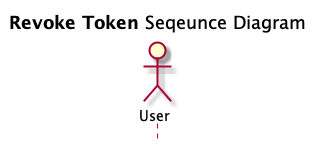
Before: documents/diagrams/out/authentication-server/revokeToken/revokeToken.png, a diagram exported from PlantUML (Kritsanawipankhet/CE64-41). Its diagram source:
```plantuml
@startuml revokeToken
title **Revoke Token** Seqeunce Diagram
hide footbox
actor User

@enduml
```
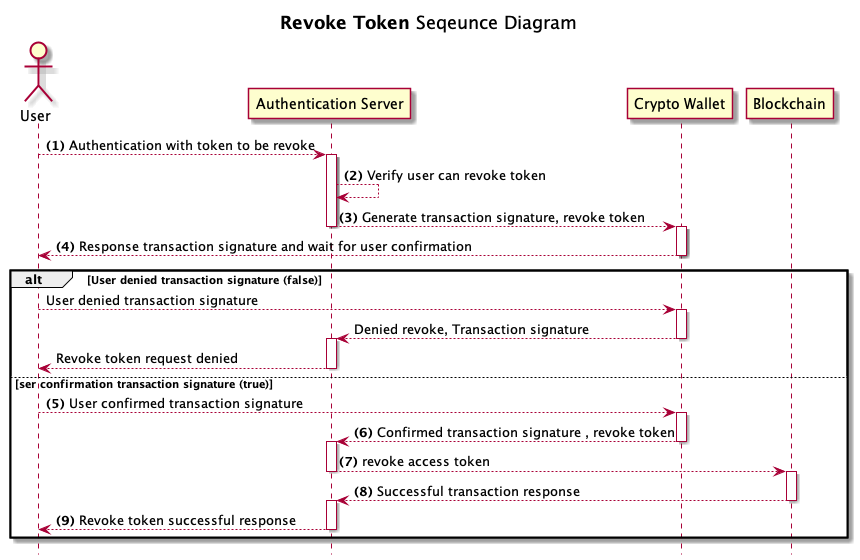
The same diagram one commit later.

Change to the diagram source:
```diff
@@ -2,5 +2,23 @@
 title **Revoke Token** Seqeunce Diagram
 hide footbox
 actor User
+autonumber "<b>(0)"
+"User" --> "Authentication Server" ++: Authentication with token to be revoke
+"Authentication Server" --> "Authentication Server" : Verify user can revoke token
+"Authentication Server" --> "Crypto Wallet" --++: Generate transaction signature, revoke token
+"Crypto Wallet" --> "User" --: Response transaction signature and wait for user confirmation
+alt User denied transaction signature (false)
+    autonumber stop
+    "User" --> "Crypto Wallet" ++: User denied transaction signature
+    "Crypto Wallet" --> "Authentication Server" --++: Denied revoke, Transaction signature
+    "Authentication Server" --> "User" --: Revoke token request denied
+else ser confirmation transaction signature (true)
+                    autonumber resume
+                    "User" --> "Crypto Wallet" ++: User confirmed transaction signature
+                    "Crypto Wallet" --> "Authentication Server" --++: Confirmed transaction signature , revoke token
+                    "Authentication Server" --> "Blockchain" --++: revoke access token
+                    "Blockchain" --> "Authentication Server" --++: Successful transaction response
+                    "Authentication Server" --> "User" --: Revoke token successful response
 
+end
 @enduml
```
